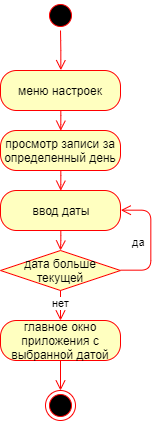
Earlier version of the draw.io export Images/activity.png (poupoupouCx/your_day). Source tidied: cells renumbered, new cells last; positions are measured from the earlier drawing's top-left corner, leaving out a move shared by most shapes.
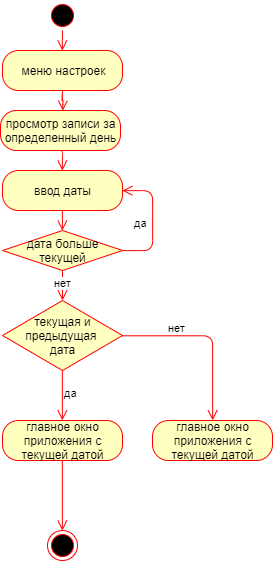
Later version of the same file.

Change to the diagram source:
```diff
@@ -3,7 +3,7 @@
     <mxCell id="0" />
     <mxCell id="1" parent="0" />
     <mxCell id="2" style="ellipse;html=1;shape=startState;fillColor=#000000;strokeColor=#ff0000;" parent="1" vertex="1">
-      <mxGeometry x="45" width="30" height="30" as="geometry" />
+      <mxGeometry x="45" y="20" width="30" height="30" as="geometry" />
     </mxCell>
     <mxCell id="3" style="edgeStyle=orthogonalEdgeStyle;html=1;verticalAlign=bottom;endArrow=open;endSize=8;strokeColor=#ff0000;entryX=0.5;entryY=0;entryDx=0;entryDy=0;" parent="1" edge="1" source="2" target="4">
       <mxGeometry relative="1" as="geometry" />
@@ -36,28 +36,46 @@
       </mxGeometry>
     </mxCell>
     <mxCell id="10" value="просмотр записи за определенный день" style="rounded=1;whiteSpace=wrap;html=1;arcSize=40;fontColor=#000000;fillColor=#ffffc0;strokeColor=#ff0000;" parent="1" vertex="1">
-      <mxGeometry y="130" width="120" height="40" as="geometry" />
+      <mxGeometry x="-2" y="130" width="120" height="40" as="geometry" />
     </mxCell>
-    <mxCell id="11" style="edgeStyle=orthogonalEdgeStyle;html=1;verticalAlign=bottom;endArrow=open;endSize=8;strokeColor=#ff0000;entryX=0.5;entryY=0;entryDx=0;entryDy=0;" parent="1" edge="1" source="10">
-      <mxGeometry relative="1" as="geometry">
-        <mxPoint x="60.2" y="190.2" as="targetPoint" />
-      </mxGeometry>
-    </mxCell>
     <mxCell id="12" style="edgeStyle=orthogonalEdgeStyle;html=1;verticalAlign=bottom;endArrow=open;endSize=8;strokeColor=#ff0000;exitX=0.5;exitY=1;exitDx=0;exitDy=0;" parent="1" edge="1" source="6">
       <mxGeometry relative="1" as="geometry">
         <mxPoint x="60" y="250" as="targetPoint" />
       </mxGeometry>
     </mxCell>
-    <mxCell id="13" value="главное окно приложения с выбранной датой" style="rounded=1;whiteSpace=wrap;html=1;arcSize=40;fontColor=#000000;fillColor=#ffffc0;strokeColor=#ff0000;" parent="1" vertex="1">
-      <mxGeometry y="320" width="120" height="40" as="geometry" />
+    <mxCell id="13" value="главное окно приложения с текущей датой" style="rounded=1;whiteSpace=wrap;html=1;arcSize=40;fontColor=#000000;fillColor=#ffffc0;strokeColor=#ff0000;" parent="1" vertex="1">
+      <mxGeometry y="440" width="120" height="40" as="geometry" />
     </mxCell>
-    <mxCell id="14" style="edgeStyle=orthogonalEdgeStyle;html=1;verticalAlign=bottom;endArrow=open;endSize=8;strokeColor=#ff0000;" parent="1" edge="1" source="13">
-      <mxGeometry relative="1" as="geometry">
-        <mxPoint x="60" y="390" as="targetPoint" />
-      </mxGeometry>
+    <mxCell id="14" style="edgeStyle=orthogonalEdgeStyle;html=1;verticalAlign=bottom;endArrow=open;endSize=8;strokeColor=#ff0000;entryX=0.5;entryY=0;entryDx=0;entryDy=0;exitX=0.5;exitY=1;exitDx=0;exitDy=0;" parent="1" edge="1" source="13" target="15">
+      <mxGeometry relative="1" as="geometry" />
     </mxCell>
     <mxCell id="15" style="ellipse;html=1;shape=endState;fillColor=#000000;strokeColor=#ff0000;" parent="1" vertex="1">
-      <mxGeometry x="45" y="390" width="30" height="30" as="geometry" />
+      <mxGeometry x="45" y="550" width="30" height="30" as="geometry" />
     </mxCell>
+    <mxCell id="16" value="текущая и предыдущая &lt;br&gt;дата" style="rhombus;whiteSpace=wrap;html=1;fillColor=#ffffc0;strokeColor=#ff0000;" parent="1" vertex="1">
+      <mxGeometry y="320" width="120" height="70" as="geometry" />
+    </mxCell>
+    <mxCell id="17" value="да" style="edgeStyle=orthogonalEdgeStyle;html=1;align=left;verticalAlign=top;endArrow=open;endSize=8;strokeColor=#ff0000;entryX=0.5;entryY=0;entryDx=0;entryDy=0;" parent="1" edge="1" source="16" target="13">
+      <mxGeometry y="-15" relative="1" as="geometry">
+        <mxPoint x="15" y="-15" as="offset" />
+      </mxGeometry>
+    </mxCell>
+    <mxCell id="18" value="нет" style="edgeStyle=orthogonalEdgeStyle;html=1;align=left;verticalAlign=bottom;endArrow=open;endSize=8;strokeColor=#ff0000;exitX=1;exitY=0.5;exitDx=0;exitDy=0;entryX=0.5;entryY=0;entryDx=0;entryDy=0;" parent="1" edge="1" source="16" target="19">
+      <mxGeometry x="-0.49" y="-1" relative="1" as="geometry">
+        <Array as="points">
+          <mxPoint x="210" y="355" />
+        </Array>
+      </mxGeometry>
+    </mxCell>
+    <mxCell id="19" value="главное окно приложения с текущей датой" style="rounded=1;whiteSpace=wrap;html=1;arcSize=40;fontColor=#000000;fillColor=#ffffc0;strokeColor=#ff0000;" parent="1" vertex="1">
+      <mxGeometry x="150" y="440" width="120" height="40" as="geometry" />
+    </mxCell>
+    <mxCell id="20" style="edgeStyle=orthogonalEdgeStyle;html=1;verticalAlign=bottom;endArrow=open;endSize=8;strokeColor=#ff0000;entryX=0.5;entryY=0;entryDx=0;entryDy=0;exitX=0.5;exitY=1;exitDx=0;exitDy=0;" parent="1" edge="1" source="10" target="6">
+      <mxGeometry relative="1" as="geometry">
+        <Array as="points">
+          <mxPoint x="60" y="170" />
+        </Array>
+      </mxGeometry>
+    </mxCell>
   </root>
 </mxGraphModel>
```
